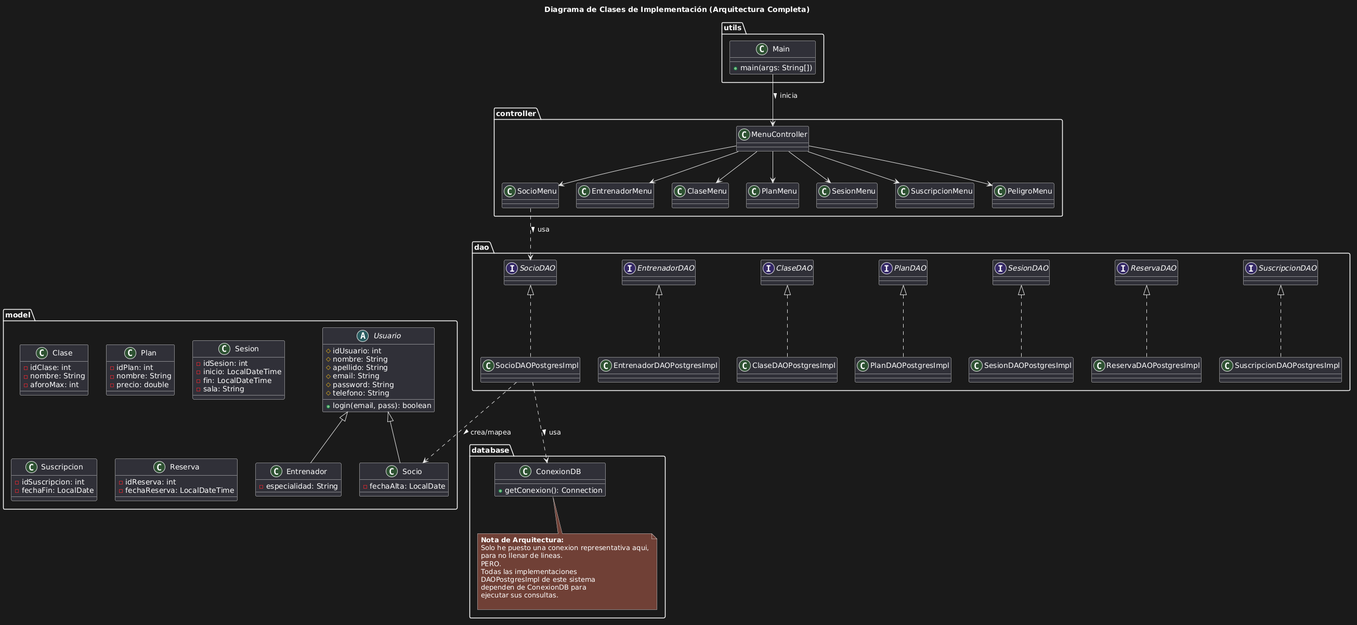
Before: docs/diagramasUML/DiagramaClases/Diagrama_Clases_UML_Sistema.png, a diagram exported from PlantUML (FerminGarridoMartinDAM/ProyectoInterModular1DAMAppGimnasio). Source of this version:
```plantuml
@startuml
title Diagrama de Clases de Implementación (Arquitectura Completa)

package "database" {
    class ConexionDB {
        + getConexion(): Connection
    }

    note bottom of ConexionDB
      **Nota de Arquitectura:**
      Solo he puesto una conexion representativa aqui,
      para no llenar de lineas.
      PERO.
      Todas las implementaciones
      DAOPostgresImpl de este sistema
      dependen de ConexionDB para
      ejecutar sus consultas.

    end note
}

package "utils" {
    class Main {
        + main(args: String[])
    }
}

package "model" {
    abstract class Usuario {
        # idUsuario: int
        # nombre: String
        # apellido: String
        # email: String
        # password: String
        # telefono: String
        + login(email, pass): boolean
    }

    class Socio {
        - fechaAlta: LocalDate
    }

    class Entrenador {
        - especialidad: String
    }

    class Clase {
        - idClase: int
        - nombre: String
        - aforoMax: int
    }

    class Plan {
        - idPlan: int
        - nombre: String
        - precio: double
    }

    class Sesion {
        - idSesion: int
        - inicio: LocalDateTime
        - fin: LocalDateTime
        - sala: String
    }

    class Suscripcion {
        - idSuscripcion: int
        - fechaFin: LocalDate
    }

    class Reserva {
        - idReserva: int
        - fechaReserva: LocalDateTime
    }

    Usuario <|-- Socio
    Usuario <|-- Entrenador
}

package "dao" {
    interface SocioDAO
    class SocioDAOPostgresImpl
    SocioDAO <|.. SocioDAOPostgresImpl

    interface EntrenadorDAO
    class EntrenadorDAOPostgresImpl
    EntrenadorDAO <|.. EntrenadorDAOPostgresImpl

    interface ClaseDAO
    class ClaseDAOPostgresImpl
    ClaseDAO <|.. ClaseDAOPostgresImpl

    interface PlanDAO
    class PlanDAOPostgresImpl
    PlanDAO <|.. PlanDAOPostgresImpl

    interface SesionDAO
    class SesionDAOPostgresImpl
    SesionDAO <|.. SesionDAOPostgresImpl

    interface ReservaDAO
    class ReservaDAOPostgresImpl
    ReservaDAO <|.. ReservaDAOPostgresImpl

    interface SuscripcionDAO
    class SuscripcionDAOPostgresImpl
    SuscripcionDAO <|.. SuscripcionDAOPostgresImpl

    SocioDAOPostgresImpl ..> ConexionDB : usa >
}

package "controller" {
    class MenuController
    class SocioMenu
    class EntrenadorMenu
    class ClaseMenu
    class PlanMenu
    class SesionMenu
    class SuscripcionMenu

    MenuController --> SocioMenu
    MenuController --> EntrenadorMenu
    MenuController --> ClaseMenu
    MenuController --> PlanMenu
    MenuController --> SesionMenu
    MenuController --> SuscripcionMenu
    MenuController --> PeligroMenu
}

Main --> MenuController : inicia >
SocioMenu ..> SocioDAO : usa >
SocioDAOPostgresImpl ..> Socio : crea/mapea >
@enduml
```
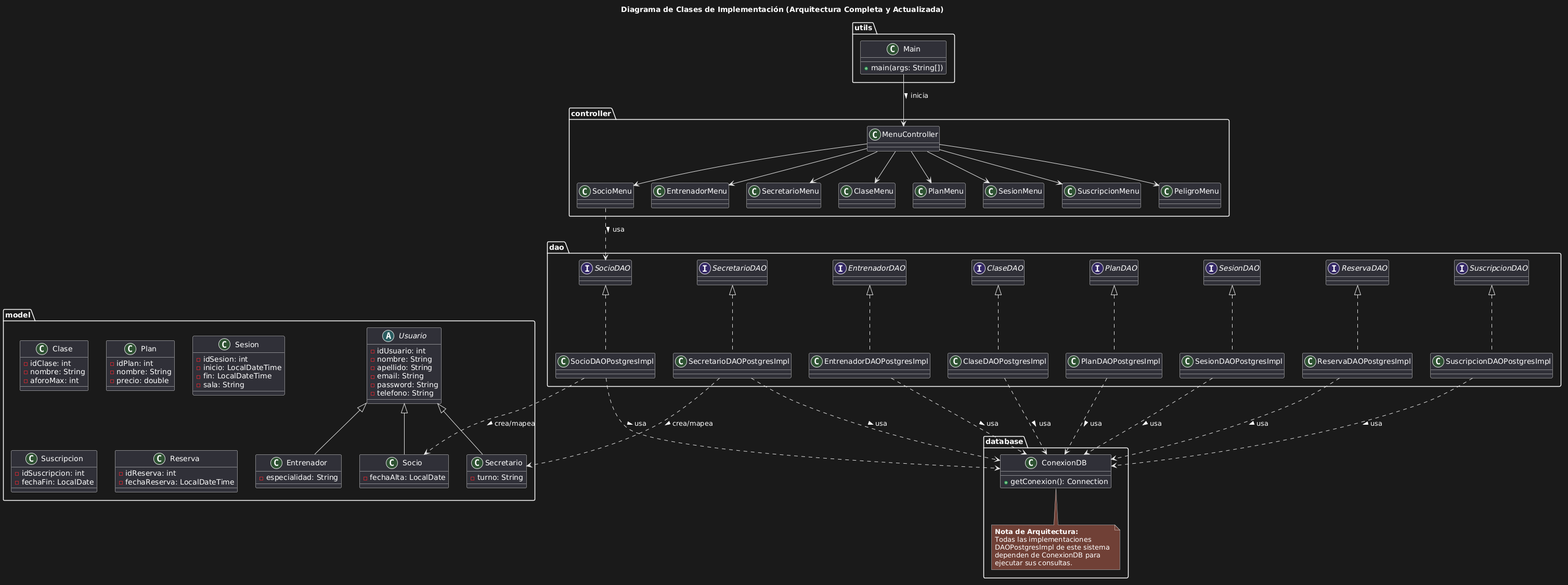
Later version of the same file.

Diff of the diagram source:
```diff
@@ -1,133 +1,165 @@
 @startuml
-title Diagrama de Clases de Implementación (Arquitectura Completa)
+title Diagrama de Clases de Implementación (Arquitectura Completa y Actualizada)
 
 package "database" {
-    class ConexionDB {
+    class database.ConexionDB {
         + getConexion(): Connection
     }
 
     note bottom of ConexionDB
       **Nota de Arquitectura:**
-      Solo he puesto una conexion representativa aqui,
-      para no llenar de lineas.
-      PERO.
       Todas las implementaciones
       DAOPostgresImpl de este sistema
       dependen de ConexionDB para
       ejecutar sus consultas.
-
     end note
 }
 
 package "utils" {
-    class Main {
+    class utils.Main {
         + main(args: String[])
     }
 }
 
 package "model" {
-    abstract class Usuario {
-        # idUsuario: int
-        # nombre: String
-        # apellido: String
-        # email: String
-        # password: String
-        # telefono: String
-        + login(email, pass): boolean
+    abstract class model.Usuario {
+        - idUsuario: int
+        - nombre: String
+        - apellido: String
+        - email: String
+        - password: String
+        - telefono: String
     }
 
-    class Socio {
+    class model.Socio {
         - fechaAlta: LocalDate
     }
 
-    class Entrenador {
+    class model.Entrenador {
         - especialidad: String
     }
 
-    class Clase {
+    class model.Secretario {
+        - turno: String
+    }
+
+    class model.Clase {
         - idClase: int
         - nombre: String
         - aforoMax: int
     }
 
-    class Plan {
+    class model.Plan {
         - idPlan: int
         - nombre: String
         - precio: double
     }
 
-    class Sesion {
+    class model.Sesion {
         - idSesion: int
         - inicio: LocalDateTime
         - fin: LocalDateTime
         - sala: String
     }
 
-    class Suscripcion {
+    class model.Suscripcion {
         - idSuscripcion: int
         - fechaFin: LocalDate
     }
 
-    class Reserva {
+    class model.Reserva {
         - idReserva: int
         - fechaReserva: LocalDateTime
     }
 
-    Usuario <|-- Socio
-    Usuario <|-- Entrenador
+    model.Usuario <|-- model.Socio
+    model.Usuario <|-- model.Entrenador
+    model.Usuario <|-- model.Secretario
 }
 
 package "dao" {
-    interface SocioDAO
-    class SocioDAOPostgresImpl
-    SocioDAO <|.. SocioDAOPostgresImpl
+    interface dao.SocioDAO
+    class dao.SocioDAOPostgresImpl
+    dao.SocioDAO <|.. dao.SocioDAOPostgresImpl
 
-    interface EntrenadorDAO
-    class EntrenadorDAOPostgresImpl
-    EntrenadorDAO <|.. EntrenadorDAOPostgresImpl
+    interface dao.EntrenadorDAO
+    class dao.EntrenadorDAOPostgresImpl
+    dao.EntrenadorDAO <|.. dao.EntrenadorDAOPostgresImpl
 
-    interface ClaseDAO
-    class ClaseDAOPostgresImpl
-    ClaseDAO <|.. ClaseDAOPostgresImpl
+    interface dao.SecretarioDAO
+    class dao.SecretarioDAOPostgresImpl
+    dao.SecretarioDAO <|.. dao.SecretarioDAOPostgresImpl
 
-    interface PlanDAO
-    class PlanDAOPostgresImpl
-    PlanDAO <|.. PlanDAOPostgresImpl
+    interface dao.ClaseDAO
+    class dao.ClaseDAOPostgresImpl
+    dao.ClaseDAO <|.. dao.ClaseDAOPostgresImpl
 
-    interface SesionDAO
-    class SesionDAOPostgresImpl
-    SesionDAO <|.. SesionDAOPostgresImpl
+    interface dao.PlanDAO
+    class dao.PlanDAOPostgresImpl
+    dao.PlanDAO <|.. dao.PlanDAOPostgresImpl
 
-    interface ReservaDAO
-    class ReservaDAOPostgresImpl
-    ReservaDAO <|.. ReservaDAOPostgresImpl
+    interface dao.SesionDAO
+    class dao.SesionDAOPostgresImpl
+    dao.SesionDAO <|.. dao.SesionDAOPostgresImpl
 
-    interface SuscripcionDAO
-    class SuscripcionDAOPostgresImpl
-    SuscripcionDAO <|.. SuscripcionDAOPostgresImpl
+    interface dao.ReservaDAO
+    class dao.ReservaDAOPostgresImpl
+    dao.ReservaDAO <|.. dao.ReservaDAOPostgresImpl
 
-    SocioDAOPostgresImpl ..> ConexionDB : usa >
+    interface dao.SuscripcionDAO
+    class dao.SuscripcionDAOPostgresImpl
+    dao.SuscripcionDAO <|.. dao.SuscripcionDAOPostgresImpl
+
+    dao.SocioDAOPostgresImpl ..> database.ConexionDB : usa >
+    dao.EntrenadorDAOPostgresImpl ..> database.ConexionDB : usa >
+    dao.SecretarioDAOPostgresImpl ..> database.ConexionDB : usa >
+    dao.ClaseDAOPostgresImpl ..> database.ConexionDB : usa >
+    dao.PlanDAOPostgresImpl ..> database.ConexionDB : usa >
+    dao.SesionDAOPostgresImpl ..> database.ConexionDB : usa >
+    dao.ReservaDAOPostgresImpl ..> database.ConexionDB : usa >
+    dao.SuscripcionDAOPostgresImpl ..> database.ConexionDB : usa >
 }
 
 package "controller" {
-    class MenuController
-    class SocioMenu
-    class EntrenadorMenu
-    class ClaseMenu
-    class PlanMenu
-    class SesionMenu
-    class SuscripcionMenu
+    class controller.MenuController {
+    }
 
-    MenuController --> SocioMenu
-    MenuController --> EntrenadorMenu
-    MenuController --> ClaseMenu
-    MenuController --> PlanMenu
-    MenuController --> SesionMenu
-    MenuController --> SuscripcionMenu
-    MenuController --> PeligroMenu
+    class controller.SocioMenu {
+    }
+
+    class controller.EntrenadorMenu {
+    }
+
+    class controller.SecretarioMenu {
+    }
+
+    class controller.ClaseMenu {
+    }
+
+    class controller.PlanMenu {
+    }
+
+    class controller.SesionMenu {
+    }
+
+    class controller.SuscripcionMenu {
+    }
+
+    class controller.PeligroMenu {
+    }
+
+    controller.MenuController --> controller.SocioMenu
+    controller.MenuController --> controller.EntrenadorMenu
+    controller.MenuController --> controller.SecretarioMenu
+    controller.MenuController --> controller.ClaseMenu
+    controller.MenuController --> controller.PlanMenu
+    controller.MenuController --> controller.SesionMenu
+    controller.MenuController --> controller.SuscripcionMenu
+    controller.MenuController --> controller.PeligroMenu
 }
 
-Main --> MenuController : inicia >
-SocioMenu ..> SocioDAO : usa >
-SocioDAOPostgresImpl ..> Socio : crea/mapea >
+utils.Main --> controller.MenuController : inicia >
+controller.SocioMenu ..> dao.SocioDAO : usa >
+dao.SocioDAOPostgresImpl ..> model.Socio : crea/mapea >
+dao.SecretarioDAOPostgresImpl ..> model.Secretario : crea/mapea >
 @enduml
```
